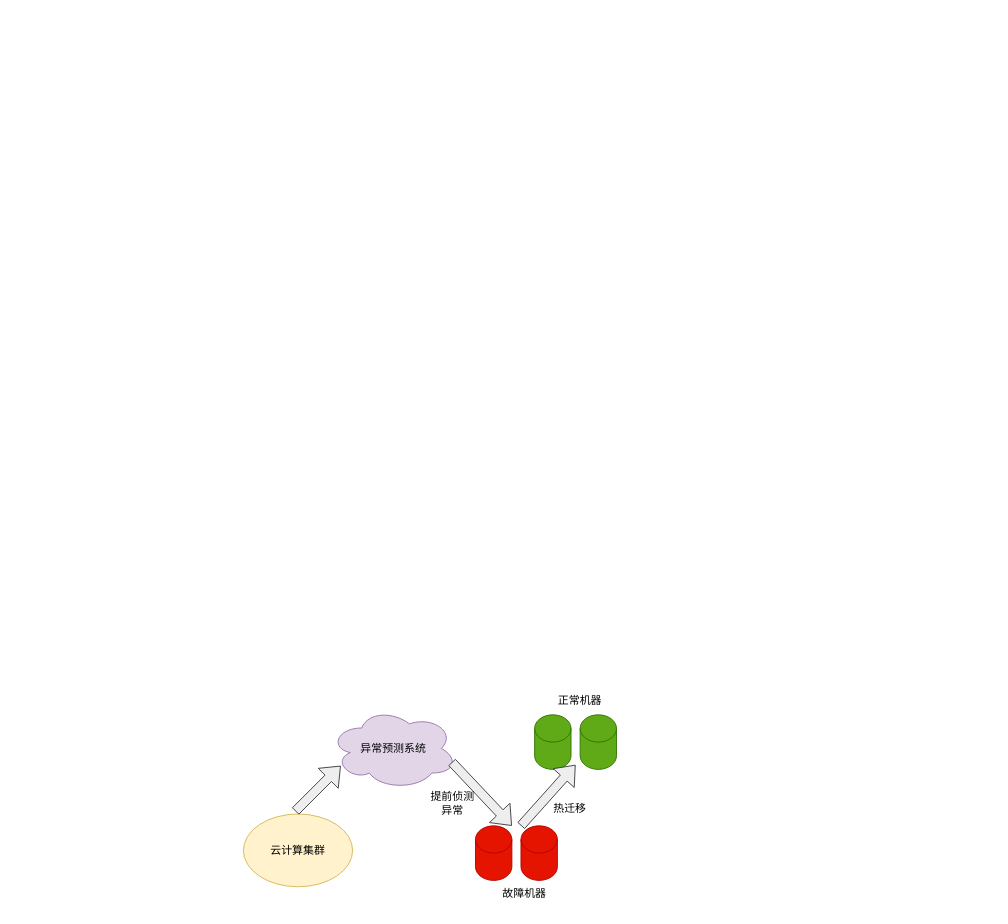
The draw.io diagram Untitled Diagram.drawio in huzhiyi123/drawio.hub, before the edit. Source tidied: cells renumbered, new cells numbered last; positions are measured from the earlier drawing's top-left corner, leaving out a move shared by most shapes. Both pictures are drawn from the tidied source at 91%, with x=0, y=0 at pixel (243, 687).
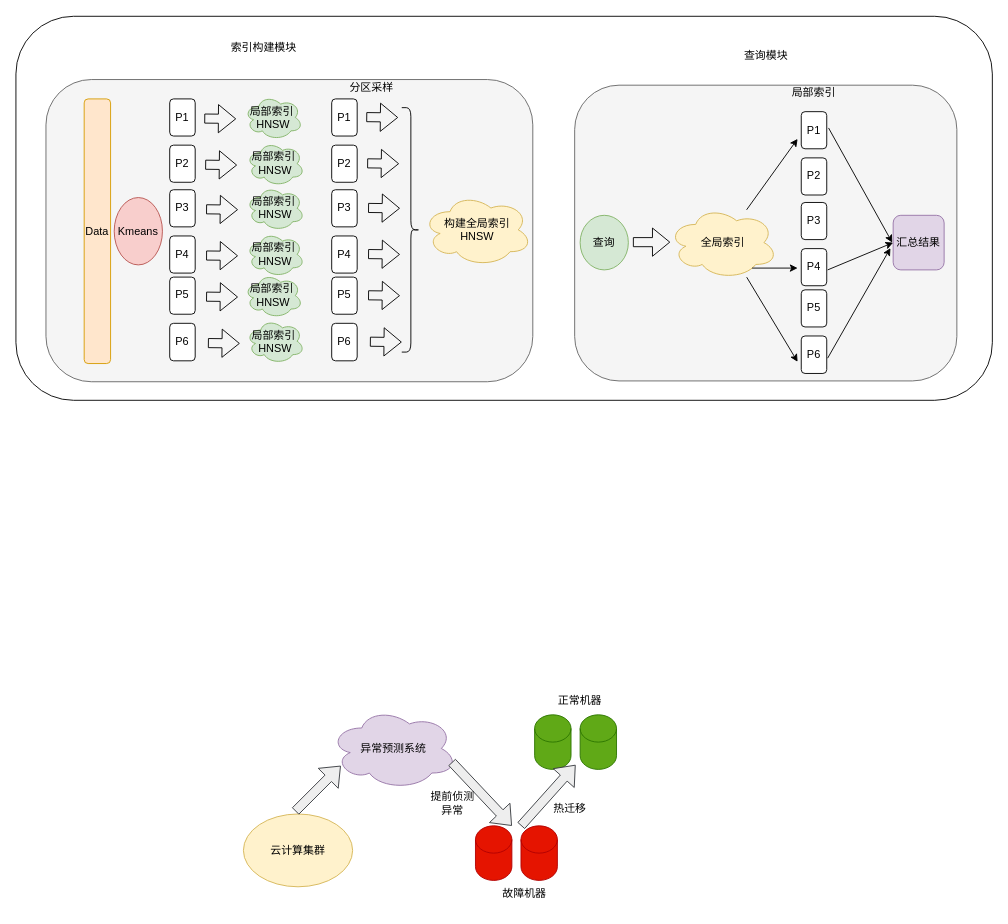
After the change.

Diff of the diagram source:
```diff
@@
+    <mxCell id="16" style="rounded=1;whiteSpace=wrap;html=1;" parent="1" vertex="1">
+      <mxGeometry x="-250" y="-737.6" width="1073" height="422" as="geometry" />
+    </mxCell>
+    <mxCell id="17" style="rounded=1;whiteSpace=wrap;html=1;fillColor=#f5f5f5;fontColor=#333333;strokeColor=#666666;" parent="1" vertex="1">
+      <mxGeometry x="-217" y="-668.1" width="535" height="332.1" as="geometry" />
+    </mxCell>
+    <mxCell id="18" style="rounded=1;whiteSpace=wrap;html=1;fillColor=#f5f5f5;fontColor=#333333;strokeColor=#666666;" parent="1" vertex="1">
+      <mxGeometry x="364" y="-661.9" width="420" height="325" as="geometry" />
+    </mxCell>
@@
+    <mxCell id="19" value="Data" style="rounded=1;whiteSpace=wrap;html=1;fillColor=#ffe6cc;strokeColor=#d79b00;" parent="1" vertex="1">
+      <mxGeometry x="-175" y="-646.8" width="29" height="290.8" as="geometry" />
+    </mxCell>
+    <mxCell id="20" value="P1" style="rounded=1;whiteSpace=wrap;html=1;" parent="1" vertex="1">
+      <mxGeometry x="-81" y="-646.8" width="28" height="40.8" as="geometry" />
+    </mxCell>
+    <mxCell id="21" value="P2" style="rounded=1;whiteSpace=wrap;html=1;" parent="1" vertex="1">
+      <mxGeometry x="-81" y="-596" width="28" height="40.8" as="geometry" />
+    </mxCell>
+    <mxCell id="22" value="P3" style="rounded=1;whiteSpace=wrap;html=1;" parent="1" vertex="1">
+      <mxGeometry x="-81" y="-547" width="28" height="40.8" as="geometry" />
+    </mxCell>
+    <mxCell id="23" value="P4" style="rounded=1;whiteSpace=wrap;html=1;" parent="1" vertex="1">
+      <mxGeometry x="-81" y="-496.2" width="28" height="40.8" as="geometry" />
+    </mxCell>
+    <mxCell id="24" value="P5" style="rounded=1;whiteSpace=wrap;html=1;" parent="1" vertex="1">
+      <mxGeometry x="-81" y="-451" width="28" height="40.8" as="geometry" />
+    </mxCell>
+    <mxCell id="25" value="P6" style="rounded=1;whiteSpace=wrap;html=1;" parent="1" vertex="1">
+      <mxGeometry x="-81" y="-400.2" width="28" height="41.2" as="geometry" />
+    </mxCell>
+    <mxCell id="26" value="Kmeans" style="ellipse;whiteSpace=wrap;html=1;fillColor=#f8cecc;strokeColor=#b85450;" parent="1" vertex="1">
+      <mxGeometry x="-142" y="-538.4" width="53" height="74" as="geometry" />
+    </mxCell>
+    <mxCell id="27" value="P1" style="rounded=1;whiteSpace=wrap;html=1;" parent="1" vertex="1">
+      <mxGeometry x="97" y="-646.8" width="28" height="40.8" as="geometry" />
+    </mxCell>
+    <mxCell id="28" value="P2" style="rounded=1;whiteSpace=wrap;html=1;" parent="1" vertex="1">
+      <mxGeometry x="97" y="-596" width="28" height="40.8" as="geometry" />
+    </mxCell>
+    <mxCell id="29" value="P3" style="rounded=1;whiteSpace=wrap;html=1;" parent="1" vertex="1">
+      <mxGeometry x="97" y="-547" width="28" height="40.8" as="geometry" />
+    </mxCell>
+    <mxCell id="30" value="P4" style="rounded=1;whiteSpace=wrap;html=1;" parent="1" vertex="1">
+      <mxGeometry x="97" y="-496.2" width="28" height="40.8" as="geometry" />
+    </mxCell>
+    <mxCell id="31" value="P5" style="rounded=1;whiteSpace=wrap;html=1;" parent="1" vertex="1">
+      <mxGeometry x="97" y="-451" width="28" height="40.8" as="geometry" />
+    </mxCell>
+    <mxCell id="32" value="P6" style="rounded=1;whiteSpace=wrap;html=1;" parent="1" vertex="1">
+      <mxGeometry x="97" y="-400.2" width="28" height="41.2" as="geometry" />
+    </mxCell>
+    <mxCell id="33" style="shape=flexArrow;endArrow=classic;html=1;rounded=0;" parent="1" edge="1">
+      <mxGeometry relative="1" as="geometry">
+        <mxPoint x="-43" y="-625.2" as="sourcePoint" />
+        <mxPoint x="-8" y="-624.9" as="targetPoint" />
+      </mxGeometry>
+    </mxCell>
+    <mxCell id="34" style="shape=flexArrow;endArrow=classic;html=1;rounded=0;" parent="1" edge="1">
+      <mxGeometry relative="1" as="geometry">
+        <mxPoint x="-42" y="-574.5" as="sourcePoint" />
+        <mxPoint x="-7" y="-574.1" as="targetPoint" />
+      </mxGeometry>
+    </mxCell>
+    <mxCell id="35" style="shape=flexArrow;endArrow=classic;html=1;rounded=0;" parent="1" edge="1">
+      <mxGeometry relative="1" as="geometry">
+        <mxPoint x="-41" y="-525.5" as="sourcePoint" />
+        <mxPoint x="-6" y="-525.1" as="targetPoint" />
+      </mxGeometry>
+    </mxCell>
+    <mxCell id="36" style="shape=flexArrow;endArrow=classic;html=1;rounded=0;" parent="1" edge="1">
+      <mxGeometry relative="1" as="geometry">
+        <mxPoint x="-41" y="-474.7" as="sourcePoint" />
+        <mxPoint x="-6" y="-474.4" as="targetPoint" />
+      </mxGeometry>
+    </mxCell>
+    <mxCell id="37" style="shape=flexArrow;endArrow=classic;html=1;rounded=0;" parent="1" edge="1">
+      <mxGeometry relative="1" as="geometry">
+        <mxPoint x="-41" y="-429.5" as="sourcePoint" />
+        <mxPoint x="-6" y="-429.1" as="targetPoint" />
+      </mxGeometry>
+    </mxCell>
+    <mxCell id="38" style="shape=flexArrow;endArrow=classic;html=1;rounded=0;" parent="1" edge="1">
+      <mxGeometry relative="1" as="geometry">
+        <mxPoint x="-39" y="-378.5" as="sourcePoint" />
+        <mxPoint x="-4" y="-378.1" as="targetPoint" />
+      </mxGeometry>
+    </mxCell>
+    <mxCell id="39" value="分区采样" style="text;html=1;strokeColor=none;fillColor=none;align=center;verticalAlign=middle;whiteSpace=wrap;rounded=0;" parent="1" vertex="1">
+      <mxGeometry x="111" y="-674" width="60" height="30" as="geometry" />
+    </mxCell>
+    <mxCell id="40" value="构建全局索引&lt;br&gt;HNSW" style="ellipse;shape=cloud;whiteSpace=wrap;html=1;fillColor=#fff2cc;strokeColor=#d6b656;" parent="1" vertex="1">
+      <mxGeometry x="197" y="-542.9" width="120" height="80" as="geometry" />
+    </mxCell>
+    <mxCell id="41" style="shape=curlyBracket;whiteSpace=wrap;html=1;rounded=1;flipH=1;" parent="1" vertex="1">
+      <mxGeometry x="174" y="-637.2" width="20" height="268.6" as="geometry" />
+    </mxCell>
+    <mxCell id="42" value="全局索引" style="ellipse;shape=cloud;whiteSpace=wrap;html=1;fillColor=#fff2cc;strokeColor=#d6b656;" parent="1" vertex="1">
+      <mxGeometry x="467" y="-528.9" width="120" height="80" as="geometry" />
+    </mxCell>
+    <mxCell id="43" value="P1" style="rounded=1;whiteSpace=wrap;html=1;" parent="1" vertex="1">
+      <mxGeometry x="613" y="-632.8" width="28" height="40.8" as="geometry" />
+    </mxCell>
+    <mxCell id="44" value="P2" style="rounded=1;whiteSpace=wrap;html=1;" parent="1" vertex="1">
+      <mxGeometry x="613" y="-582" width="28" height="40.8" as="geometry" />
+    </mxCell>
+    <mxCell id="45" value="P3" style="rounded=1;whiteSpace=wrap;html=1;" parent="1" vertex="1">
+      <mxGeometry x="613" y="-533" width="28" height="40.8" as="geometry" />
+    </mxCell>
+    <mxCell id="46" value="P4" style="rounded=1;whiteSpace=wrap;html=1;" parent="1" vertex="1">
+      <mxGeometry x="613" y="-482.3" width="28" height="40.8" as="geometry" />
+    </mxCell>
+    <mxCell id="47" value="P5" style="rounded=1;whiteSpace=wrap;html=1;" parent="1" vertex="1">
+      <mxGeometry x="613" y="-437" width="28" height="40.8" as="geometry" />
+    </mxCell>
+    <mxCell id="48" value="P6" style="rounded=1;whiteSpace=wrap;html=1;" parent="1" vertex="1">
+      <mxGeometry x="613" y="-386.3" width="28" height="41.2" as="geometry" />
+    </mxCell>
+    <mxCell id="49" value="查询" style="ellipse;whiteSpace=wrap;html=1;fillColor=#d5e8d4;strokeColor=#82b366;" parent="1" vertex="1">
+      <mxGeometry x="370" y="-518.9" width="53" height="60" as="geometry" />
+    </mxCell>
+    <mxCell id="50" style="shape=flexArrow;endArrow=classic;html=1;rounded=0;" parent="1" edge="1">
+      <mxGeometry relative="1" as="geometry">
+        <mxPoint x="428" y="-489.4" as="sourcePoint" />
+        <mxPoint x="469" y="-489.4" as="targetPoint" />
+      </mxGeometry>
+    </mxCell>
+    <mxCell id="51" style="endArrow=classic;html=1;rounded=0;" parent="1" edge="1" source="42">
+      <mxGeometry relative="1" as="geometry">
+        <mxPoint x="609" y="-602.9" as="targetPoint" />
+      </mxGeometry>
+    </mxCell>
+    <mxCell id="52" style="endArrow=classic;html=1;rounded=0;" parent="1" edge="1">
+      <mxGeometry relative="1" as="geometry">
+        <mxPoint x="559" y="-460.9" as="sourcePoint" />
+        <mxPoint x="609" y="-460.9" as="targetPoint" />
+      </mxGeometry>
+    </mxCell>
+    <mxCell id="53" style="endArrow=classic;html=1;rounded=0;exitX=0.717;exitY=0.975;exitDx=0;exitDy=0;exitPerimeter=0;" parent="1" edge="1" source="42">
+      <mxGeometry relative="1" as="geometry">
+        <mxPoint x="609" y="-357.9" as="targetPoint" />
+      </mxGeometry>
+    </mxCell>
+    <mxCell id="54" value="局部索引" style="text;html=1;strokeColor=none;fillColor=none;align=center;verticalAlign=middle;whiteSpace=wrap;rounded=0;" parent="1" vertex="1">
+      <mxGeometry x="597" y="-668.9" width="60" height="30" as="geometry" />
+    </mxCell>
+    <mxCell id="55" style="endArrow=classic;html=1;rounded=0;" parent="1" edge="1">
+      <mxGeometry relative="1" as="geometry">
+        <mxPoint x="643" y="-614.9" as="sourcePoint" />
+        <mxPoint x="713" y="-488.9" as="targetPoint" />
+      </mxGeometry>
+    </mxCell>
+    <mxCell id="56" value="汇总结果" style="rounded=1;whiteSpace=wrap;html=1;fillColor=#e1d5e7;strokeColor=#9673a6;" parent="1" vertex="1">
+      <mxGeometry x="714" y="-518.9" width="56" height="60" as="geometry" />
+    </mxCell>
+    <mxCell id="57" style="endArrow=classic;html=1;rounded=0;entryX=0;entryY=0.5;entryDx=0;entryDy=0;" parent="1" edge="1" target="56">
+      <mxGeometry relative="1" as="geometry">
+        <mxPoint x="642" y="-458.9" as="sourcePoint" />
+      </mxGeometry>
+    </mxCell>
+    <mxCell id="58" style="endArrow=classic;html=1;rounded=0;" parent="1" edge="1">
+      <mxGeometry relative="1" as="geometry">
+        <mxPoint x="642" y="-361.9" as="sourcePoint" />
+        <mxPoint x="711" y="-482.9" as="targetPoint" />
+      </mxGeometry>
+    </mxCell>
+    <mxCell id="59" value="局部索引&amp;nbsp;&lt;br&gt;HNSW" style="ellipse;shape=cloud;whiteSpace=wrap;html=1;fillColor=#d5e8d4;strokeColor=#82b366;" parent="1" vertex="1">
+      <mxGeometry x="1" y="-650.9" width="64" height="49" as="geometry" />
+    </mxCell>
+    <mxCell id="60" value="局部索引&amp;nbsp;&lt;br&gt;HNSW" style="ellipse;shape=cloud;whiteSpace=wrap;html=1;fillColor=#d5e8d4;strokeColor=#82b366;" parent="1" vertex="1">
+      <mxGeometry x="3" y="-600.1" width="64" height="49" as="geometry" />
+    </mxCell>
+    <mxCell id="61" value="局部索引&amp;nbsp;&lt;br&gt;HNSW" style="ellipse;shape=cloud;whiteSpace=wrap;html=1;fillColor=#d5e8d4;strokeColor=#82b366;" parent="1" vertex="1">
+      <mxGeometry x="3" y="-551.1" width="64" height="49" as="geometry" />
+    </mxCell>
+    <mxCell id="62" value="局部索引&amp;nbsp;&lt;br&gt;HNSW" style="ellipse;shape=cloud;whiteSpace=wrap;html=1;fillColor=#d5e8d4;strokeColor=#82b366;" parent="1" vertex="1">
+      <mxGeometry x="3" y="-500.4" width="64" height="49" as="geometry" />
+    </mxCell>
+    <mxCell id="63" value="局部索引&amp;nbsp;&lt;br&gt;HNSW" style="ellipse;shape=cloud;whiteSpace=wrap;html=1;fillColor=#d5e8d4;strokeColor=#82b366;" parent="1" vertex="1">
+      <mxGeometry x="1" y="-455.1" width="64" height="49" as="geometry" />
+    </mxCell>
+    <mxCell id="64" value="局部索引&amp;nbsp;&lt;br&gt;HNSW" style="ellipse;shape=cloud;whiteSpace=wrap;html=1;fillColor=#d5e8d4;strokeColor=#82b366;" parent="1" vertex="1">
+      <mxGeometry x="3" y="-405" width="64" height="49" as="geometry" />
+    </mxCell>
+    <mxCell id="65" style="shape=flexArrow;endArrow=classic;html=1;rounded=0;" parent="1" edge="1">
+      <mxGeometry relative="1" as="geometry">
+        <mxPoint x="135" y="-626.8" as="sourcePoint" />
+        <mxPoint x="170" y="-626.4" as="targetPoint" />
+      </mxGeometry>
+    </mxCell>
+    <mxCell id="66" style="shape=flexArrow;endArrow=classic;html=1;rounded=0;" parent="1" edge="1">
+      <mxGeometry relative="1" as="geometry">
+        <mxPoint x="136" y="-576" as="sourcePoint" />
+        <mxPoint x="171" y="-575.6" as="targetPoint" />
+      </mxGeometry>
+    </mxCell>
+    <mxCell id="67" style="shape=flexArrow;endArrow=classic;html=1;rounded=0;" parent="1" edge="1">
+      <mxGeometry relative="1" as="geometry">
+        <mxPoint x="137" y="-527" as="sourcePoint" />
+        <mxPoint x="172" y="-526.6" as="targetPoint" />
+      </mxGeometry>
+    </mxCell>
+    <mxCell id="68" style="shape=flexArrow;endArrow=classic;html=1;rounded=0;" parent="1" edge="1">
+      <mxGeometry relative="1" as="geometry">
+        <mxPoint x="137" y="-476.3" as="sourcePoint" />
+        <mxPoint x="172" y="-475.9" as="targetPoint" />
+      </mxGeometry>
+    </mxCell>
+    <mxCell id="69" style="shape=flexArrow;endArrow=classic;html=1;rounded=0;" parent="1" edge="1">
+      <mxGeometry relative="1" as="geometry">
+        <mxPoint x="137" y="-431" as="sourcePoint" />
+        <mxPoint x="172" y="-430.6" as="targetPoint" />
+      </mxGeometry>
+    </mxCell>
+    <mxCell id="70" style="shape=flexArrow;endArrow=classic;html=1;rounded=0;" parent="1" edge="1">
+      <mxGeometry relative="1" as="geometry">
+        <mxPoint x="139" y="-380" as="sourcePoint" />
+        <mxPoint x="174" y="-379.6" as="targetPoint" />
+      </mxGeometry>
+    </mxCell>
+    <mxCell id="71" value="索引构建模块" style="text;html=1;strokeColor=none;fillColor=none;align=center;verticalAlign=middle;whiteSpace=wrap;rounded=0;" parent="1" vertex="1">
+      <mxGeometry x="-28" y="-718" width="101" height="30" as="geometry" />
+    </mxCell>
+    <mxCell id="72" value="查询模块" style="text;html=1;strokeColor=none;fillColor=none;align=center;verticalAlign=middle;whiteSpace=wrap;rounded=0;" parent="1" vertex="1">
+      <mxGeometry x="523.5" y="-709" width="101" height="30" as="geometry" />
+    </mxCell>
```
